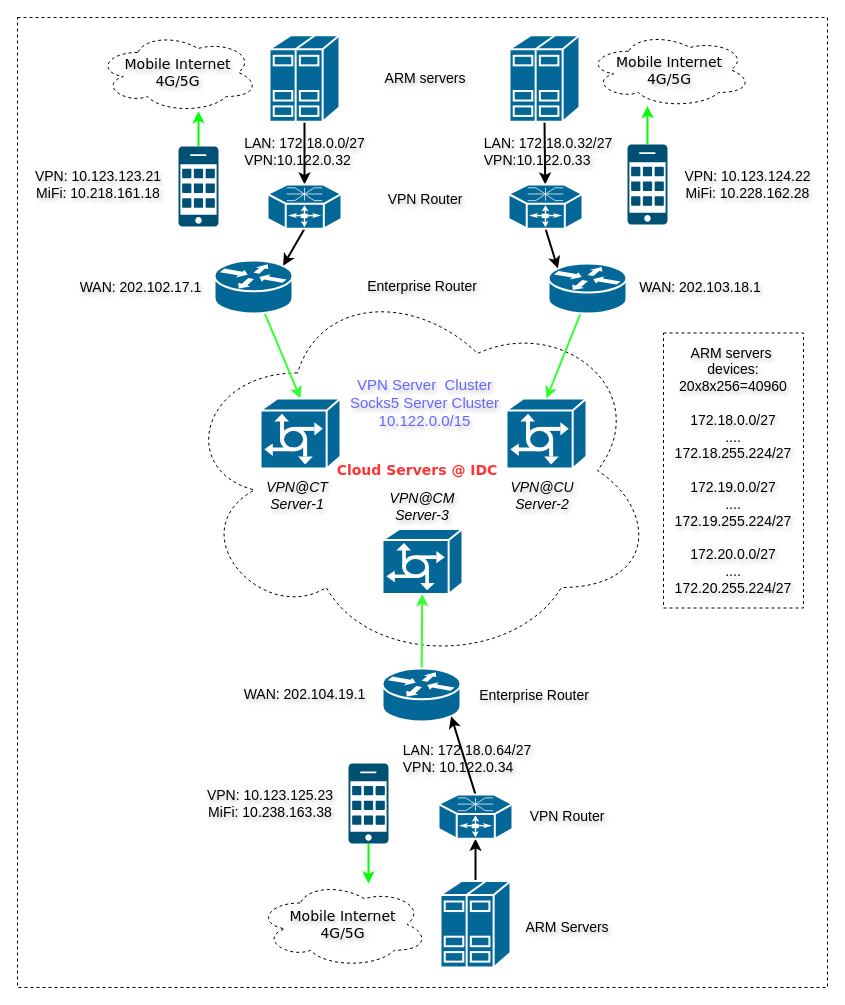
This is Untitled Diagram.drawio from nxtreaming/andy_study, a draw.io file, before an edit. Source tidied: cells renumbered, new cells numbered last; positions are measured from the earlier drawing's top-left corner, leaving out a move shared by most shapes. Both pictures are drawn from the tidied source at 100%, with x=0, y=0 at pixel (17, 17).
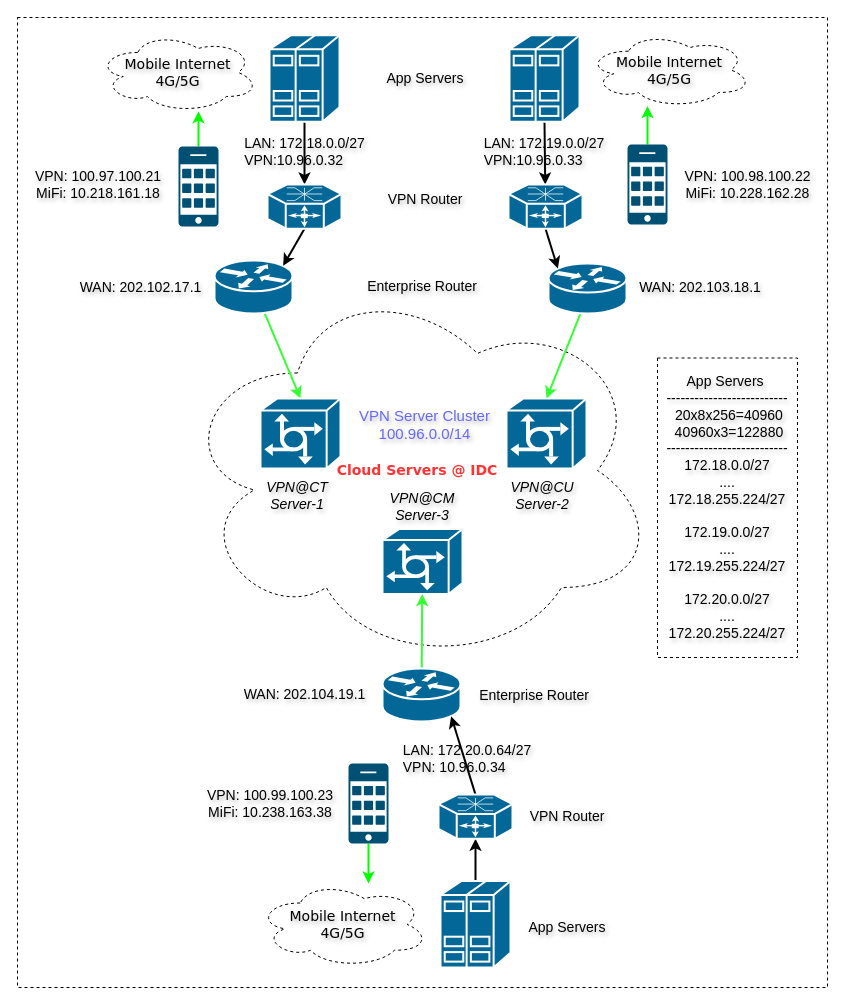
The same page after the edit.

The change refers to these unchanged cells:
```xml
<mxCell id="35" value="&lt;font style=&quot;font-size: 14px;&quot;&gt;Enterprise Router&lt;/font&gt;" style="text;strokeColor=none;align=center;fillColor=#FFFFFF;html=1;verticalAlign=middle;whiteSpace=wrap;rounded=0;textShadow=1;" parent="1" vertex="1">
  <mxGeometry x="345" y="255.1" width="120" height="26.8" as="geometry" />
</mxCell>
```

What changed in the source:
```diff
@@
-    <mxCell id="34" value="&lt;font style=&quot;font-size: 14px;&quot;&gt;ARM servers&lt;/font&gt;" style="text;strokeColor=none;align=center;fillColor=#FFFFFF;html=1;verticalAlign=middle;whiteSpace=wrap;rounded=0;textShadow=1;" parent="1" vertex="1">
+    <mxCell id="34" value="&lt;font style=&quot;font-size: 14px;&quot;&gt;App Servers&lt;/font&gt;" style="text;strokeColor=none;align=center;fillColor=#FFFFFF;html=1;verticalAlign=middle;whiteSpace=wrap;rounded=0;textShadow=1;" parent="1" vertex="1">
       <mxGeometry x="357.5" y="46" width="100" height="30" as="geometry" />
     </mxCell>
@@
-    <mxCell id="39" value="&lt;font style=&quot;font-size: 14px;&quot;&gt;VPN: 10.123.123.21&lt;br&gt;MiFi:&amp;nbsp;10.218.161.18&lt;br&gt;&lt;/font&gt;" style="text;strokeColor=none;align=center;fillColor=none;html=1;verticalAlign=middle;whiteSpace=wrap;rounded=0;textShadow=1;" parent="1" vertex="1">
+    <mxCell id="39" value="&lt;font style=&quot;font-size: 14px;&quot;&gt;VPN: 100.97.100.21&lt;br&gt;MiFi:&amp;nbsp;10.218.161.18&lt;br&gt;&lt;/font&gt;" style="text;strokeColor=none;align=center;fillColor=none;html=1;verticalAlign=middle;whiteSpace=wrap;rounded=0;textShadow=1;" parent="1" vertex="1">
       <mxGeometry x="10" y="142" width="142" height="50" as="geometry" />
     </mxCell>
-    <mxCell id="40" value="&lt;font style=&quot;font-size: 14px;&quot;&gt;VPN: 10.123.124.22&lt;br&gt;MiFi:&amp;nbsp;10.228.162.28&lt;br&gt;&lt;/font&gt;" style="text;strokeColor=none;align=center;fillColor=none;html=1;verticalAlign=middle;whiteSpace=wrap;rounded=0;textShadow=1;" parent="1" vertex="1">
+    <mxCell id="40" value="&lt;font style=&quot;font-size: 14px;&quot;&gt;VPN: 100.98.100.22&lt;br&gt;MiFi:&amp;nbsp;10.228.162.28&lt;br&gt;&lt;/font&gt;" style="text;strokeColor=none;align=center;fillColor=none;html=1;verticalAlign=middle;whiteSpace=wrap;rounded=0;textShadow=1;" parent="1" vertex="1">
       <mxGeometry x="657" y="142" width="147" height="50" as="geometry" />
     </mxCell>
-    <mxCell id="41" value="&lt;font style=&quot;font-size: 14px;&quot;&gt;VPN: 10.123.125.23&lt;br&gt;MiFi: 10.238.163.38&lt;br&gt;&lt;/font&gt;" style="text;strokeColor=none;align=center;fillColor=none;html=1;verticalAlign=middle;whiteSpace=wrap;rounded=0;textShadow=1;" parent="1" vertex="1">
+    <mxCell id="41" value="&lt;font style=&quot;font-size: 14px;&quot;&gt;VPN: 100.99.100.23&lt;br&gt;MiFi: 10.238.163.38&lt;br&gt;&lt;/font&gt;" style="text;strokeColor=none;align=center;fillColor=none;html=1;verticalAlign=middle;whiteSpace=wrap;rounded=0;textShadow=1;" parent="1" vertex="1">
       <mxGeometry x="181" y="760.7" width="144" height="50.9" as="geometry" />
     </mxCell>
-    <mxCell id="42" value="&lt;font color=&quot;#6666ff&quot; style=&quot;font-size: 15px;&quot;&gt;VPN Server&amp;nbsp; Cluster&lt;br&gt;Socks5 Server Cluster&lt;br&gt;10.122.0.0/15&lt;/font&gt;" style="text;align=center;html=1;verticalAlign=middle;whiteSpace=wrap;rounded=0;fontColor=#EA6B66;labelBorderColor=none;textShadow=1;" parent="1" vertex="1">
-      <mxGeometry x="329" y="349" width="157" height="71" as="geometry" />
+    <mxCell id="42" value="&lt;font color=&quot;#6666ff&quot; style=&quot;font-size: 15px;&quot;&gt;VPN Server Cluster&lt;br&gt;100.96.0.0/14&lt;/font&gt;" style="text;align=center;html=1;verticalAlign=middle;whiteSpace=wrap;rounded=0;fontColor=#EA6B66;labelBorderColor=none;textShadow=1;" parent="1" vertex="1">
+      <mxGeometry x="329" y="381" width="157" height="51" as="geometry" />
     </mxCell>
@@
-    <mxCell id="49" value="&lt;font style=&quot;font-size: 14px;&quot;&gt;ARM Servers&lt;/font&gt;" style="text;strokeColor=none;align=center;fillColor=#FFFFFF;html=1;verticalAlign=middle;whiteSpace=wrap;rounded=0;textShadow=1;" parent="1" vertex="1">
+    <mxCell id="49" value="&lt;font style=&quot;font-size: 14px;&quot;&gt;App Servers&lt;/font&gt;" style="text;strokeColor=none;align=center;fillColor=#FFFFFF;html=1;verticalAlign=middle;whiteSpace=wrap;rounded=0;textShadow=1;" parent="1" vertex="1">
       <mxGeometry x="500" y="895" width="100" height="30" as="geometry" />
     </mxCell>
+    <mxCell id="53" value="&lt;div style=&quot;font-size: 14px;&quot;&gt;&lt;font style=&quot;font-size: 14px;&quot;&gt;&lt;span style=&quot;background-color: initial;&quot;&gt;App Servers&amp;nbsp;&lt;/span&gt;&lt;br&gt;&lt;/font&gt;&lt;/div&gt;&lt;div style=&quot;font-size: 14px;&quot;&gt;&lt;font style=&quot;font-size: 14px;&quot;&gt;--------------------------&lt;/font&gt;&lt;/div&gt;&lt;div style=&quot;font-size: 14px;&quot;&gt;&lt;font style=&quot;font-size: 14px;&quot;&gt;&amp;nbsp;20x8x256=40960&lt;/font&gt;&lt;/div&gt;&lt;div style=&quot;font-size: 14px;&quot;&gt;&lt;font style=&quot;font-size: 14px;&quot;&gt;&amp;nbsp; 40960x3=12288&lt;/font&gt;&lt;span style=&quot;background-color: initial;&quot;&gt;0&amp;nbsp;&lt;/span&gt;&lt;/div&gt;&lt;div style=&quot;font-size: 14px;&quot;&gt;&lt;span style=&quot;background-color: initial;&quot;&gt;&lt;font style=&quot;font-size: 14px;&quot;&gt;--------------------------&lt;/font&gt;&lt;/span&gt;&lt;/div&gt;&lt;div style=&quot;font-size: 14px;&quot;&gt;&lt;span style=&quot;background-color: initial;&quot;&gt;&lt;font style=&quot;font-size: 14px;&quot;&gt;172.18.0.0/27&lt;/font&gt;&lt;/span&gt;&lt;/div&gt;&lt;div style=&quot;font-size: 14px;&quot;&gt;&lt;span style=&quot;background-color: initial;&quot;&gt;&lt;font style=&quot;font-size: 14px;&quot;&gt;....&lt;/font&gt;&lt;/span&gt;&lt;/div&gt;&lt;div style=&quot;font-size: 14px;&quot;&gt;&lt;span style=&quot;background-color: initial;&quot;&gt;&lt;font style=&quot;font-size: 14px;&quot;&gt;172.18.255.224/27&lt;/font&gt;&lt;/span&gt;&lt;/div&gt;&lt;div style=&quot;font-size: 14px;&quot;&gt;&lt;span style=&quot;background-color: initial;&quot;&gt;&lt;font style=&quot;font-size: 14px;&quot;&gt;&lt;br&gt;&lt;/font&gt;&lt;/span&gt;&lt;/div&gt;&lt;div style=&quot;font-size: 14px;&quot;&gt;&lt;span style=&quot;background-color: initial;&quot;&gt;&lt;font style=&quot;font-size: 14px;&quot;&gt;172.19.0.0/27&lt;/font&gt;&lt;/span&gt;&lt;/div&gt;&lt;div style=&quot;font-size: 14px;&quot;&gt;&lt;span style=&quot;background-color: initial;&quot;&gt;&lt;font style=&quot;font-size: 14px;&quot;&gt;....&lt;/font&gt;&lt;/span&gt;&lt;/div&gt;&lt;div style=&quot;font-size: 14px;&quot;&gt;&lt;span style=&quot;background-color: initial;&quot;&gt;&lt;font style=&quot;font-size: 14px;&quot;&gt;172.19.255.224/27&lt;/font&gt;&lt;/span&gt;&lt;/div&gt;&lt;div style=&quot;font-size: 14px;&quot;&gt;&lt;span style=&quot;background-color: initial;&quot;&gt;&lt;font style=&quot;font-size: 14px;&quot;&gt;&lt;br&gt;&lt;/font&gt;&lt;/span&gt;&lt;/div&gt;&lt;div style=&quot;font-size: 14px;&quot;&gt;&lt;font style=&quot;font-size: 14px;&quot;&gt;172.20.0.0/27&lt;/font&gt;&lt;/div&gt;&lt;div style=&quot;font-size: 14px;&quot;&gt;&lt;font style=&quot;font-size: 14px;&quot;&gt;....&lt;/font&gt;&lt;/div&gt;&lt;div style=&quot;font-size: 14px;&quot;&gt;&lt;font style=&quot;font-size: 14px;&quot;&gt;172.20.255.224/27&lt;/font&gt;&lt;/div&gt;" style="whiteSpace=wrap;html=1;strokeColor=#000000;dashed=1;strokeWidth=1;textShadow=1;" parent="1" vertex="1">
+      <mxGeometry x="640" y="340.5" width="140" height="299.5" as="geometry" />
+    </mxCell>
+    <mxCell id="54" style="edgeStyle=orthogonalEdgeStyle;rounded=0;orthogonalLoop=1;jettySize=auto;html=1;exitX=0.5;exitY=1;exitDx=0;exitDy=0;" parent="1" edge="1" source="35" target="35">
+      <mxGeometry relative="1" as="geometry" />
+    </mxCell>
-    <mxCell id="50" value="&lt;font style=&quot;font-size: 14px;&quot;&gt;LAN: 172.18.0.0/27&lt;br&gt;&lt;div style=&quot;text-align: left;&quot;&gt;&lt;span style=&quot;background-color: initial;&quot;&gt;VPN:10.122.0.32&lt;/span&gt;&lt;/div&gt;&lt;/font&gt;" style="text;strokeColor=none;align=center;fillColor=none;html=1;verticalAlign=middle;whiteSpace=wrap;rounded=0;textShadow=1;" parent="1" vertex="1">
+    <mxCell id="50" value="&lt;font style=&quot;font-size: 14px;&quot;&gt;LAN: 172.18.0.0/27&lt;br&gt;&lt;div style=&quot;text-align: left;&quot;&gt;&lt;span style=&quot;background-color: initial;&quot;&gt;VPN:10.96.0.32&lt;/span&gt;&lt;/div&gt;&lt;/font&gt;" style="text;strokeColor=none;align=center;fillColor=none;html=1;verticalAlign=middle;whiteSpace=wrap;rounded=0;textShadow=1;" parent="1" vertex="1">
       <mxGeometry x="224.5" y="119" width="125" height="30" as="geometry" />
     </mxCell>
-    <mxCell id="51" value="&lt;font style=&quot;font-size: 14px;&quot;&gt;LAN: 172.18.0.32/27&lt;br&gt;&lt;div style=&quot;text-align: left;&quot;&gt;&lt;span style=&quot;background-color: initial;&quot;&gt;VPN:10.122.0.33&lt;/span&gt;&lt;/div&gt;&lt;/font&gt;" style="text;strokeColor=none;align=center;fillColor=none;html=1;verticalAlign=middle;whiteSpace=wrap;rounded=0;textShadow=1;" parent="1" vertex="1">
-      <mxGeometry x="461" y="119" width="140" height="30" as="geometry" />
+    <mxCell id="51" value="&lt;font style=&quot;font-size: 14px;&quot;&gt;LAN: 172.19.0.0/27&lt;br&gt;&lt;div style=&quot;text-align: left;&quot;&gt;&lt;span style=&quot;background-color: initial;&quot;&gt;VPN:10.96.0.33&lt;/span&gt;&lt;/div&gt;&lt;/font&gt;" style="text;strokeColor=none;align=center;fillColor=none;html=1;verticalAlign=middle;whiteSpace=wrap;rounded=0;textShadow=1;" parent="1" vertex="1">
+      <mxGeometry x="457" y="119" width="140" height="30" as="geometry" />
     </mxCell>
-    <mxCell id="52" value="&lt;font style=&quot;font-size: 14px;&quot;&gt;LAN: 172.18.0.64/27&lt;br&gt;&lt;div style=&quot;text-align: left;&quot;&gt;&lt;span style=&quot;background-color: initial;&quot;&gt;VPN: 10.122.0.34&lt;/span&gt;&lt;/div&gt;&lt;/font&gt;" style="text;strokeColor=none;align=center;fillColor=none;html=1;verticalAlign=middle;whiteSpace=wrap;rounded=0;textShadow=1;" parent="1" vertex="1">
+    <mxCell id="52" value="&lt;font style=&quot;font-size: 14px;&quot;&gt;LAN: 172.20.0.64/27&lt;br&gt;&lt;div style=&quot;text-align: left;&quot;&gt;&lt;span style=&quot;background-color: initial;&quot;&gt;VPN: 10.96.0.34&lt;/span&gt;&lt;/div&gt;&lt;/font&gt;" style="text;strokeColor=none;align=center;fillColor=none;html=1;verticalAlign=middle;whiteSpace=wrap;rounded=0;textShadow=1;" parent="1" vertex="1">
       <mxGeometry x="380" y="726" width="140" height="30" as="geometry" />
     </mxCell>
-    <mxCell id="53" value="&lt;div style=&quot;font-size: 14px;&quot;&gt;&lt;font style=&quot;font-size: 14px;&quot;&gt;&lt;span style=&quot;background-color: initial;&quot;&gt;ARM servers&amp;nbsp;&lt;/span&gt;&lt;br&gt;&lt;/font&gt;&lt;/div&gt;&lt;div style=&quot;font-size: 14px;&quot;&gt;&lt;font style=&quot;font-size: 14px;&quot;&gt;devices: 20x8x256=40960&lt;/font&gt;&lt;/div&gt;&lt;div style=&quot;font-size: 14px;&quot;&gt;&lt;span style=&quot;background-color: initial;&quot;&gt;&lt;font style=&quot;font-size: 14px;&quot;&gt;&lt;br&gt;&lt;/font&gt;&lt;/span&gt;&lt;/div&gt;&lt;div style=&quot;font-size: 14px;&quot;&gt;&lt;span style=&quot;background-color: initial;&quot;&gt;&lt;font style=&quot;font-size: 14px;&quot;&gt;172.18.0.0/27&lt;/font&gt;&lt;/span&gt;&lt;/div&gt;&lt;div style=&quot;font-size: 14px;&quot;&gt;&lt;span style=&quot;background-color: initial;&quot;&gt;&lt;font style=&quot;font-size: 14px;&quot;&gt;....&lt;/font&gt;&lt;/span&gt;&lt;/div&gt;&lt;div style=&quot;font-size: 14px;&quot;&gt;&lt;span style=&quot;background-color: initial;&quot;&gt;&lt;font style=&quot;font-size: 14px;&quot;&gt;172.18.255.224/27&lt;/font&gt;&lt;/span&gt;&lt;/div&gt;&lt;div style=&quot;font-size: 14px;&quot;&gt;&lt;span style=&quot;background-color: initial;&quot;&gt;&lt;font style=&quot;font-size: 14px;&quot;&gt;&lt;br&gt;&lt;/font&gt;&lt;/span&gt;&lt;/div&gt;&lt;div style=&quot;font-size: 14px;&quot;&gt;&lt;span style=&quot;background-color: initial;&quot;&gt;&lt;font style=&quot;font-size: 14px;&quot;&gt;172.19.0.0/27&lt;/font&gt;&lt;/span&gt;&lt;/div&gt;&lt;div style=&quot;font-size: 14px;&quot;&gt;&lt;span style=&quot;background-color: initial;&quot;&gt;&lt;font style=&quot;font-size: 14px;&quot;&gt;....&lt;/font&gt;&lt;/span&gt;&lt;/div&gt;&lt;div style=&quot;font-size: 14px;&quot;&gt;&lt;span style=&quot;background-color: initial;&quot;&gt;&lt;font style=&quot;font-size: 14px;&quot;&gt;172.19.255.224/27&lt;/font&gt;&lt;/span&gt;&lt;/div&gt;&lt;div style=&quot;font-size: 14px;&quot;&gt;&lt;span style=&quot;background-color: initial;&quot;&gt;&lt;font style=&quot;font-size: 14px;&quot;&gt;&lt;br&gt;&lt;/font&gt;&lt;/span&gt;&lt;/div&gt;&lt;div style=&quot;font-size: 14px;&quot;&gt;&lt;font style=&quot;font-size: 14px;&quot;&gt;172.20.0.0/27&lt;/font&gt;&lt;/div&gt;&lt;div style=&quot;font-size: 14px;&quot;&gt;&lt;font style=&quot;font-size: 14px;&quot;&gt;....&lt;/font&gt;&lt;/div&gt;&lt;div style=&quot;font-size: 14px;&quot;&gt;&lt;font style=&quot;font-size: 14px;&quot;&gt;172.20.255.224/27&lt;/font&gt;&lt;/div&gt;" style="whiteSpace=wrap;html=1;strokeColor=#000000;dashed=1;strokeWidth=1;textShadow=1;" parent="1" vertex="1">
-      <mxGeometry x="646" y="315.5" width="140" height="275" as="geometry" />
-    </mxCell>
-    <mxCell id="54" style="edgeStyle=orthogonalEdgeStyle;rounded=0;orthogonalLoop=1;jettySize=auto;html=1;exitX=0.5;exitY=1;exitDx=0;exitDy=0;" parent="1" edge="1" source="35" target="35">
-      <mxGeometry relative="1" as="geometry" />
-    </mxCell>
```
